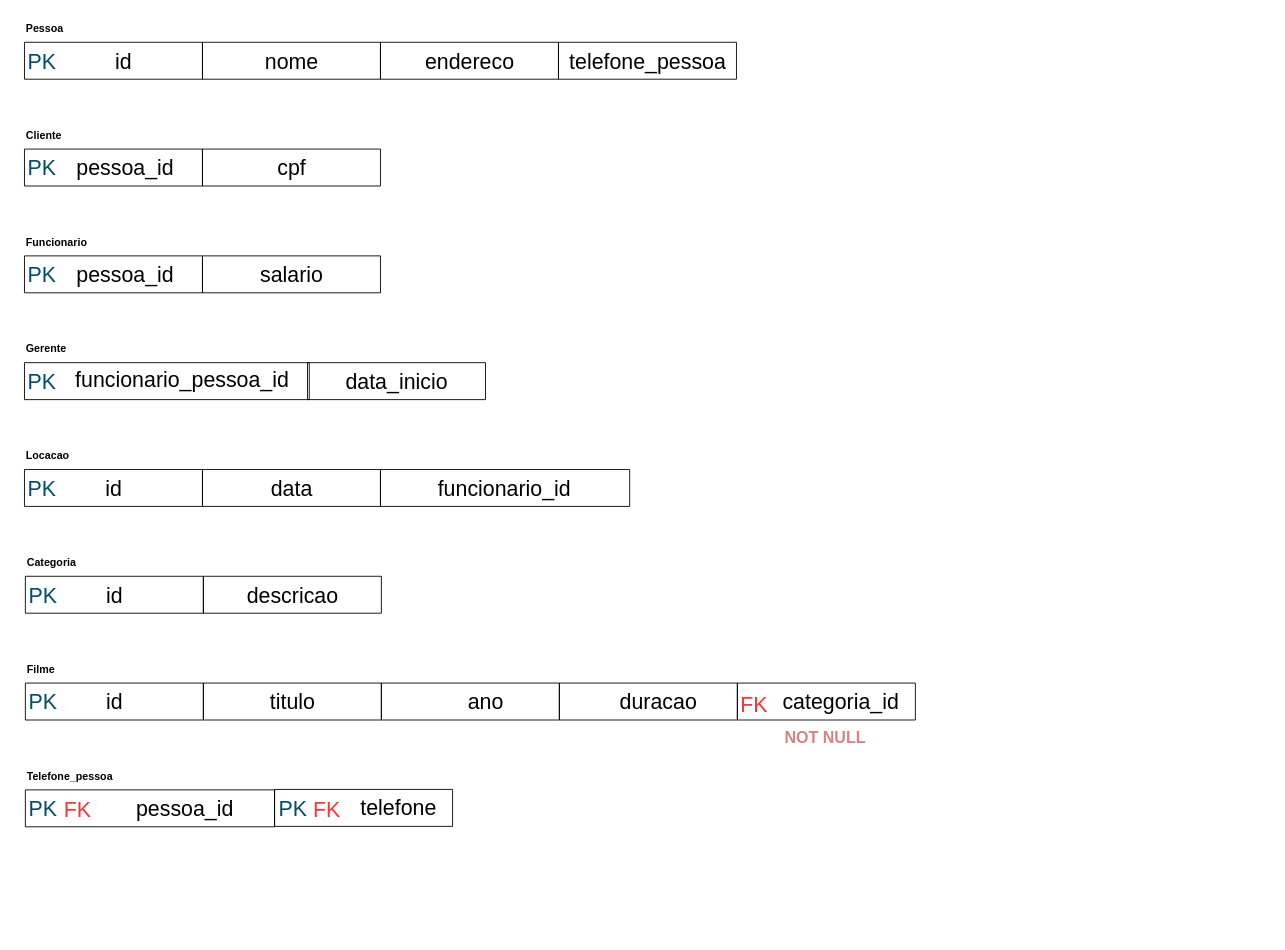
Before: LEOBDATV5-2.drawio in Konitch/Diagram, a draw.io diagram. Source tidied: cells renumbered, new cells numbered last; positions are measured from the earlier drawing's top-left corner, leaving out a move shared by most shapes. Both pictures are drawn from the tidied source at 89%, with x=0, y=0 at pixel (15, 15).
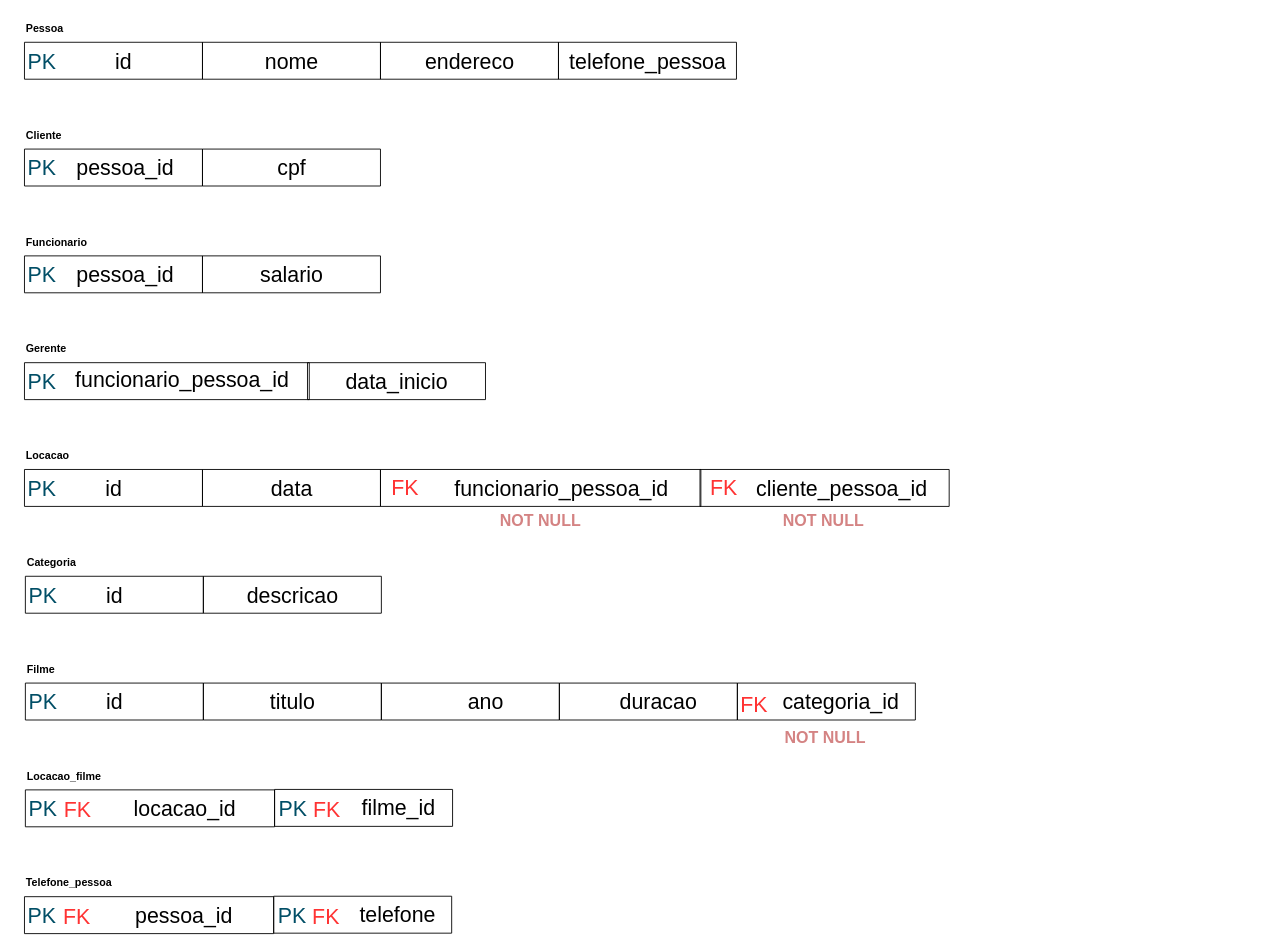
Above is the later version.

The change refers to these unchanged cells:
```xml
<mxCell id="52" style="group;" parent="51" vertex="1">
  <mxGeometry y="30" width="1000" height="43" as="geometry" />
</mxCell>
<mxCell id="95" style="group;" parent="94" vertex="1">
  <mxGeometry width="1000" height="73" as="geometry" />
</mxCell>
<mxCell id="98" style="swimlane;startSize=0;" parent="97" vertex="1">
  <mxGeometry width="280" height="41.5" as="geometry" />
</mxCell>
<mxCell id="103" style="swimlane;startSize=0;" parent="102" vertex="1">
  <mxGeometry width="200" height="41.5" as="geometry" />
</mxCell>
```

The edit, as a diff of the source:
```diff
@@
     <mxCell id="60" style="group;" parent="52" vertex="1">
-      <mxGeometry x="400" width="320" height="43" as="geometry" />
+      <mxGeometry x="400" width="360" height="43" as="geometry" />
     </mxCell>
     <mxCell id="61" style="swimlane;startSize=0;" parent="60" vertex="1">
-      <mxGeometry width="280" height="41.5" as="geometry" />
+      <mxGeometry width="360" height="41.5" as="geometry" />
     </mxCell>
-    <mxCell id="62" value="&lt;font style=&quot;font-size: 24px;&quot;&gt;funcionario_id&lt;/font&gt;" style="text;html=1;align=center;verticalAlign=middle;strokeColor=none;fillColor=none;" parent="61" vertex="1">
-      <mxGeometry x="54" y="1.5" width="170" height="40" as="geometry" />
+    <mxCell id="62" value="&lt;font style=&quot;font-size: 24px;&quot;&gt;funcionario_pessoa_id&lt;/font&gt;" style="text;html=1;align=center;verticalAlign=middle;strokeColor=none;fillColor=none;" parent="61" vertex="1">
+      <mxGeometry x="73" y="1.5" width="260" height="40" as="geometry" />
     </mxCell>
@@
-    <mxCell id="99" value="&lt;font style=&quot;font-size: 24px;&quot;&gt;pessoa_id&lt;/font&gt;" style="text;html=1;align=center;verticalAlign=middle;strokeColor=none;fillColor=none;" parent="98" vertex="1">
-      <mxGeometry x="114" y="1.5" width="130" height="40" as="geometry" />
+    <mxCell id="99" value="&lt;font style=&quot;font-size: 24px;&quot;&gt;locacao_id&lt;/font&gt;" style="text;html=1;align=center;verticalAlign=middle;strokeColor=none;fillColor=none;" parent="98" vertex="1">
+      <mxGeometry x="109" y="1.5" width="140" height="40" as="geometry" />
     </mxCell>
@@
-    <mxCell id="104" value="&lt;font style=&quot;font-size: 24px;&quot;&gt;telefone&lt;/font&gt;" style="text;html=1;align=center;verticalAlign=middle;strokeColor=none;fillColor=none;" parent="103" vertex="1">
+    <mxCell id="104" value="&lt;font style=&quot;font-size: 24px;&quot;&gt;filme_id&lt;/font&gt;" style="text;html=1;align=center;verticalAlign=middle;strokeColor=none;fillColor=none;" parent="103" vertex="1">
       <mxGeometry x="84" y="1.5" width="110" height="40" as="geometry" />
     </mxCell>
@@
-    <mxCell id="107" value="&lt;b&gt;Telefone_pessoa&lt;/b&gt;" style="text;html=1;align=left;verticalAlign=middle;whiteSpace=wrap;rounded=0;" parent="95" vertex="1">
+    <mxCell id="107" value="&lt;b&gt;Locacao_filme&lt;/b&gt;" style="text;html=1;align=left;verticalAlign=middle;whiteSpace=wrap;rounded=0;" parent="95" vertex="1">
       <mxGeometry width="110" height="30" as="geometry" />
     </mxCell>
@@
+    <mxCell id="110" style="swimlane;startSize=0;" parent="1" vertex="1">
+      <mxGeometry x="769" y="510" width="280" height="41.5" as="geometry" />
+    </mxCell>
+    <mxCell id="111" value="&lt;font style=&quot;font-size: 24px;&quot;&gt;cliente_pessoa_id&lt;/font&gt;" style="text;html=1;align=center;verticalAlign=middle;strokeColor=none;fillColor=none;" parent="110" vertex="1">
+      <mxGeometry x="49" y="1.5" width="220" height="40" as="geometry" />
+    </mxCell>
+    <mxCell id="112" value="&lt;font color=&quot;#ff3333&quot; style=&quot;font-size: 24px;&quot;&gt;FK&lt;/font&gt;" style="text;html=1;align=center;verticalAlign=middle;whiteSpace=wrap;rounded=0;" parent="1" vertex="1">
+      <mxGeometry x="410" y="516" width="56" height="30" as="geometry" />
+    </mxCell>
+    <mxCell id="113" value="&lt;h2&gt;&lt;font color=&quot;#d48383&quot;&gt;NOT NULL&lt;/font&gt;&lt;/h2&gt;" style="text;html=1;align=center;verticalAlign=middle;whiteSpace=wrap;rounded=0;" parent="1" vertex="1">
+      <mxGeometry x="410" y="552.5" width="360" height="30" as="geometry" />
+    </mxCell>
+    <mxCell id="114" value="&lt;font color=&quot;#ff3333&quot; style=&quot;font-size: 24px;&quot;&gt;FK&lt;/font&gt;" style="text;html=1;align=center;verticalAlign=middle;whiteSpace=wrap;rounded=0;" parent="1" vertex="1">
+      <mxGeometry x="768" y="516" width="56" height="30" as="geometry" />
+    </mxCell>
+    <mxCell id="115" value="&lt;h2&gt;&lt;font color=&quot;#d48383&quot;&gt;NOT NULL&lt;/font&gt;&lt;/h2&gt;" style="text;html=1;align=center;verticalAlign=middle;whiteSpace=wrap;rounded=0;" parent="1" vertex="1">
+      <mxGeometry x="768" y="552.5" width="280" height="30" as="geometry" />
+    </mxCell>
+    <mxCell id="116" style="group;" parent="1" vertex="1">
+      <mxGeometry x="10" y="990" width="280" height="43" as="geometry" />
+    </mxCell>
+    <mxCell id="117" style="swimlane;startSize=0;" parent="116" vertex="1">
+      <mxGeometry width="280" height="41.5" as="geometry" />
+    </mxCell>
+    <mxCell id="118" value="&lt;font style=&quot;font-size: 24px;&quot;&gt;pessoa_id&lt;/font&gt;" style="text;html=1;align=center;verticalAlign=middle;strokeColor=none;fillColor=none;" parent="117" vertex="1">
+      <mxGeometry x="114" y="1.5" width="130" height="40" as="geometry" />
+    </mxCell>
+    <mxCell id="119" value="&lt;font color=&quot;#014e66&quot; style=&quot;font-size: 24px;&quot;&gt;PK&lt;/font&gt;" style="text;html=1;align=center;verticalAlign=middle;whiteSpace=wrap;rounded=0;" parent="117" vertex="1">
+      <mxGeometry x="-10" y="6.5" width="60" height="30" as="geometry" />
+    </mxCell>
+    <mxCell id="120" value="&lt;font color=&quot;#ff3333&quot; style=&quot;font-size: 24px;&quot;&gt;FK&lt;/font&gt;" style="text;html=1;align=center;verticalAlign=middle;whiteSpace=wrap;rounded=0;" parent="117" vertex="1">
+      <mxGeometry x="29" y="8" width="60" height="30" as="geometry" />
+    </mxCell>
+    <mxCell id="121" style="group;" parent="1" vertex="1">
+      <mxGeometry x="290" y="989.5" width="200" height="43" as="geometry" />
+    </mxCell>
+    <mxCell id="122" style="swimlane;startSize=0;" parent="121" vertex="1">
+      <mxGeometry width="200" height="41.5" as="geometry" />
+    </mxCell>
+    <mxCell id="123" value="&lt;font style=&quot;font-size: 24px;&quot;&gt;telefone&lt;/font&gt;" style="text;html=1;align=center;verticalAlign=middle;strokeColor=none;fillColor=none;" parent="122" vertex="1">
+      <mxGeometry x="84" y="1.5" width="110" height="40" as="geometry" />
+    </mxCell>
+    <mxCell id="124" value="&lt;font color=&quot;#ff3333&quot; style=&quot;font-size: 24px;&quot;&gt;FK&lt;/font&gt;" style="text;html=1;align=center;verticalAlign=middle;whiteSpace=wrap;rounded=0;" parent="122" vertex="1">
+      <mxGeometry x="29" y="8.5" width="60" height="30" as="geometry" />
+    </mxCell>
+    <mxCell id="125" value="&lt;font color=&quot;#014e66&quot; style=&quot;font-size: 24px;&quot;&gt;PK&lt;/font&gt;" style="text;html=1;align=center;verticalAlign=middle;whiteSpace=wrap;rounded=0;" parent="122" vertex="1">
+      <mxGeometry x="-9" y="7.5" width="60" height="30" as="geometry" />
+    </mxCell>
+    <mxCell id="126" value="&lt;b&gt;Telefone_pessoa&lt;/b&gt;" style="text;html=1;align=left;verticalAlign=middle;whiteSpace=wrap;rounded=0;" parent="1" vertex="1">
+      <mxGeometry x="10" y="960" width="110" height="30" as="geometry" />
+    </mxCell>
```
